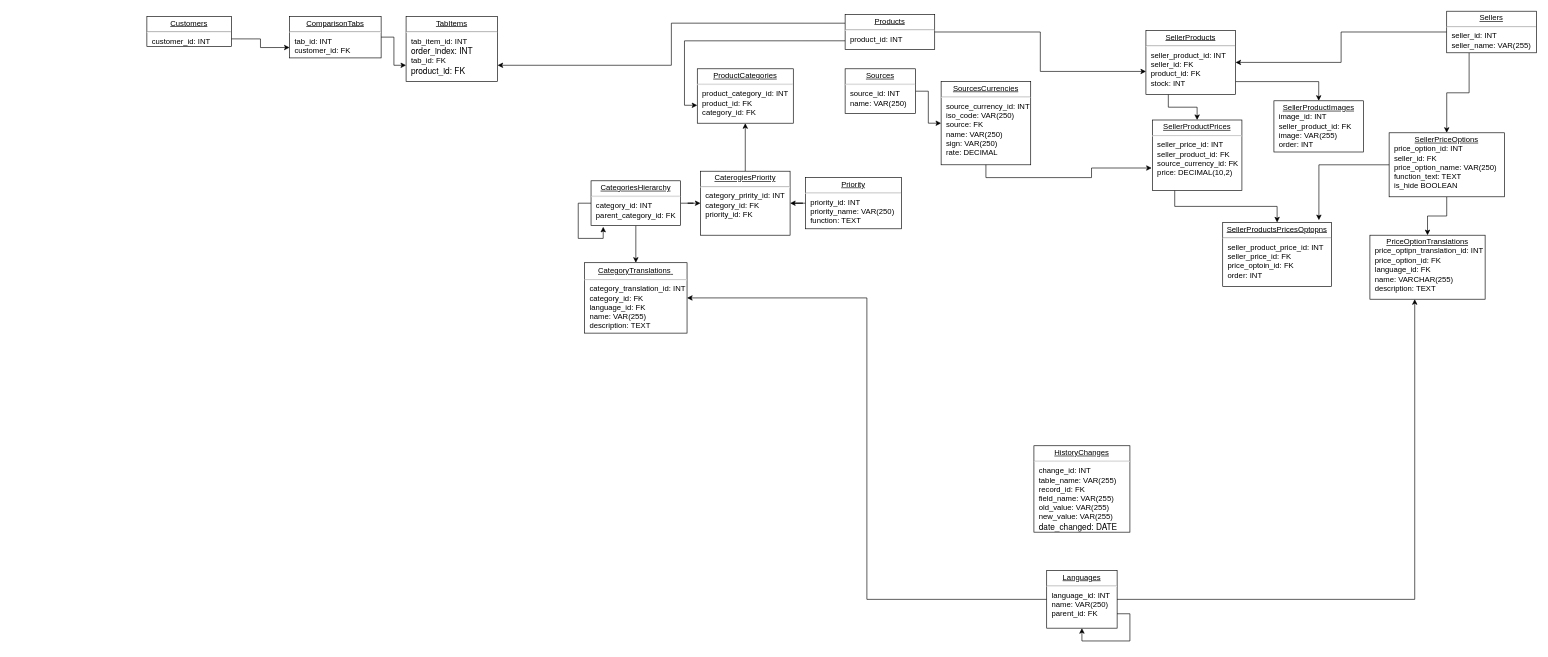
Above: db.drawio in vinter-man/db_draw_io (draw.io), before the change. Source tidied: cells renumbered, new cells numbered last; positions are measured from the earlier drawing's top-left corner, leaving out a move shared by most shapes. Both pictures are drawn from the tidied source at 64%, with x=0, y=0 at pixel (147, 11).
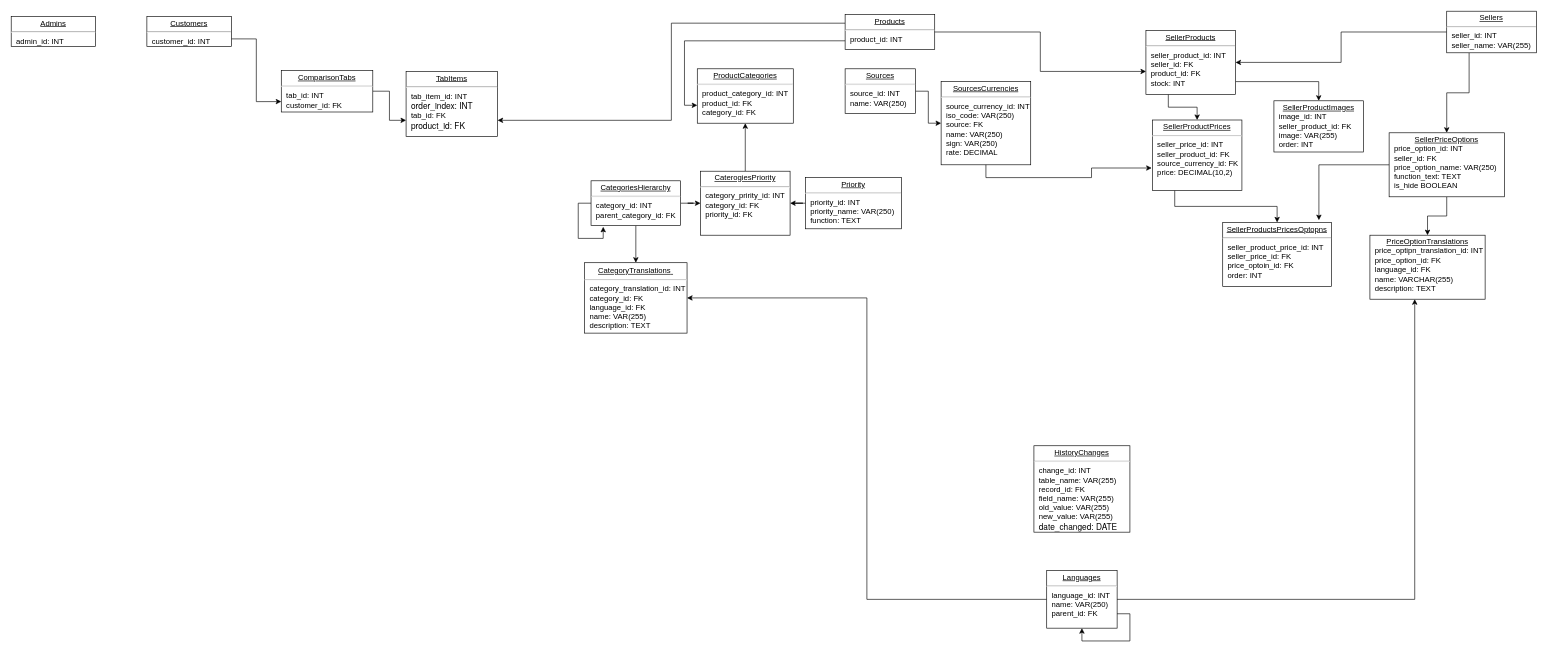
After the change.

Commit message:
admins table

Diff of the diagram source:
```diff
@@
     <mxCell id="40" value="&lt;p style=&quot;margin: 0px ; margin-top: 4px ; text-align: center ; text-decoration: underline&quot;&gt;ComparisonTabs&lt;/p&gt;&lt;hr&gt;&lt;p style=&quot;margin: 0px ; margin-left: 8px&quot;&gt;tab_id: INT&lt;/p&gt;&lt;p style=&quot;margin: 0px ; margin-left: 8px&quot;&gt;customer_id: FK&lt;/p&gt;&lt;p style=&quot;margin: 0px ; margin-left: 8px&quot;&gt;&lt;br&gt;&lt;/p&gt;&lt;p style=&quot;margin: 0px ; margin-left: 8px&quot;&gt;&lt;br&gt;&lt;/p&gt;" style="verticalAlign=top;align=left;overflow=fill;fontSize=12;fontFamily=Helvetica;html=1;rounded=0;shadow=0;comic=0;labelBackgroundColor=none;strokeWidth=1;" parent="1" vertex="1">
-      <mxGeometry x="223" y="8" width="143" height="65" as="geometry" />
+      <mxGeometry x="210" y="92.5" width="143" height="65" as="geometry" />
     </mxCell>
     <mxCell id="41" value="&lt;p style=&quot;margin: 0px ; margin-top: 4px ; text-align: center ; text-decoration: underline&quot;&gt;TabItems&lt;/p&gt;&lt;hr&gt;&lt;p style=&quot;margin: 0px ; margin-left: 8px&quot;&gt;tab_item_id: INT&lt;/p&gt;&lt;p style=&quot;margin: 0px ; margin-left: 8px&quot;&gt;&lt;span style=&quot;font-family: &amp;quot;Helvetica Neue&amp;quot;; font-size: 13px;&quot;&gt;order_index: INT&lt;/span&gt;&lt;/p&gt;&lt;p style=&quot;margin: 0px ; margin-left: 8px&quot;&gt;tab_id: FK&lt;/p&gt;&lt;p style=&quot;margin: 0px ; margin-left: 8px&quot;&gt;&lt;span style=&quot;font-family: &amp;quot;Helvetica Neue&amp;quot;; font-size: 13px;&quot;&gt;product_id: FK&lt;/span&gt;&lt;/p&gt;&lt;p style=&quot;margin: 0px ; margin-left: 8px&quot;&gt;&lt;span style=&quot;font-family: &amp;quot;Helvetica Neue&amp;quot;; font-size: 13px;&quot;&gt;&lt;br&gt;&lt;/span&gt;&lt;/p&gt;&lt;p style=&quot;margin: 0px ; margin-left: 8px&quot;&gt;&lt;br&gt;&lt;/p&gt;&lt;p style=&quot;margin: 0px ; margin-left: 8px&quot;&gt;&lt;br&gt;&lt;/p&gt;" style="verticalAlign=top;align=left;overflow=fill;fontSize=12;fontFamily=Helvetica;html=1;rounded=0;shadow=0;comic=0;labelBackgroundColor=none;strokeWidth=1;" parent="1" vertex="1">
-      <mxGeometry x="405" y="8" width="143" height="102" as="geometry" />
+      <mxGeometry x="405" y="94" width="143" height="102" as="geometry" />
     </mxCell>
@@
+    <mxCell id="44" value="&lt;p style=&quot;margin: 0px ; margin-top: 4px ; text-align: center ; text-decoration: underline&quot;&gt;Admins&lt;/p&gt;&lt;hr&gt;&lt;p style=&quot;margin: 0px ; margin-left: 8px&quot;&gt;admin_id: INT&lt;/p&gt;&lt;p style=&quot;margin: 0px ; margin-left: 8px&quot;&gt;&lt;br&gt;&lt;/p&gt;" style="verticalAlign=top;align=left;overflow=fill;fontSize=12;fontFamily=Helvetica;html=1;rounded=0;shadow=0;comic=0;labelBackgroundColor=none;strokeWidth=1;" parent="1" vertex="1">
+      <mxGeometry x="-212" y="8" width="132" height="47" as="geometry" />
+    </mxCell>
```
